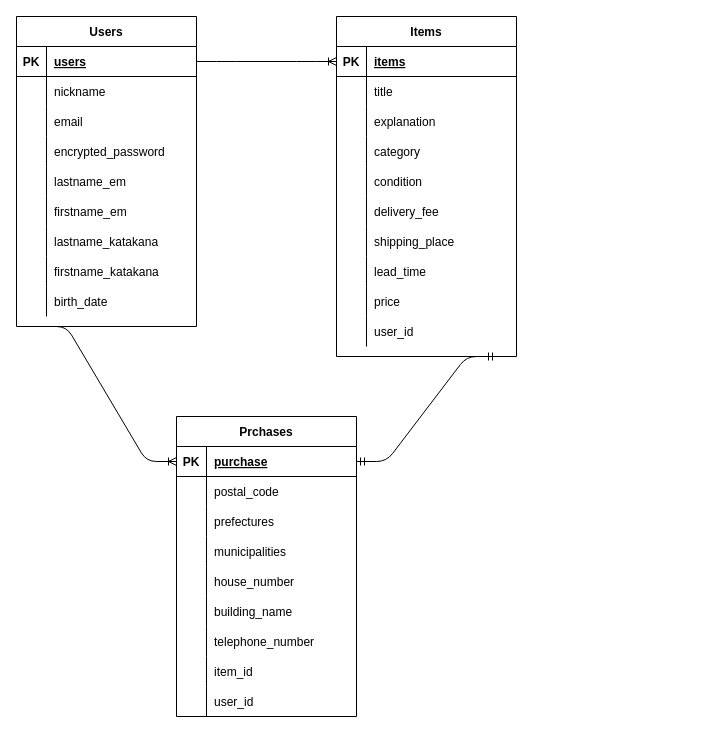
Earlier version of the draw.io diagram furima.dio (hirokichitana/furima-37142). Source tidied: cells renumbered, new cells numbered last; positions are measured from the earlier drawing's top-left corner, leaving out a move shared by most shapes. Both pictures are drawn from the tidied source at 100%, with x=0, y=0 at pixel (16, 16).
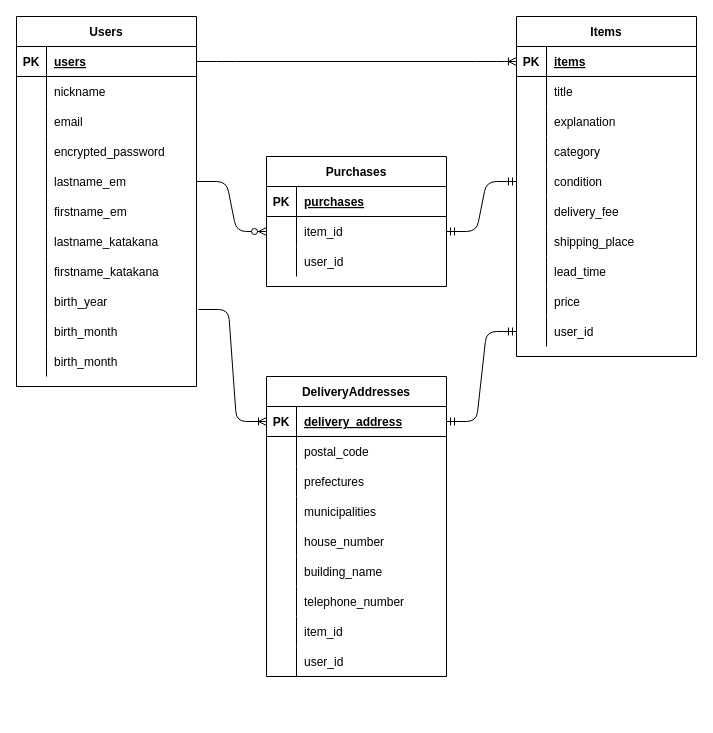
After the change.

Commit message (it also covers changes not shown here):
データベース設計、コメント点の修正

The change refers to these unchanged cells:
```xml
<mxCell id="15" style="shape=partialRectangle;fillColor=none;top=0;left=0;bottom=0;right=0;points=[[0,0.5],[1,0.5]];portConstraint=eastwest;rounded=0;" parent="2" vertex="1">
  <mxGeometry y="150" width="180" height="30" as="geometry" />
</mxCell>
<mxCell id="30" style="shape=partialRectangle;fillColor=none;top=0;left=0;bottom=0;right=0;points=[[0,0.5],[1,0.5]];portConstraint=eastwest;rounded=0;" parent="2" vertex="1">
  <mxGeometry y="300" width="180" height="30" as="geometry" />
</mxCell>
<mxCell id="46" style="shape=partialRectangle;fillColor=none;top=0;left=0;bottom=0;right=0;points=[[0,0.5],[1,0.5]];portConstraint=eastwest;" parent="33" vertex="1">
  <mxGeometry y="150" width="180" height="30" as="geometry" />
</mxCell>
<mxCell id="58" style="shape=partialRectangle;fillColor=none;top=0;left=0;bottom=0;right=0;points=[[0,0.5],[1,0.5]];portConstraint=eastwest;" parent="33" vertex="1">
  <mxGeometry y="270" width="180" height="30" as="geometry" />
</mxCell>
<mxCell id="63" style="shape=partialRectangle;fillColor=none;top=0;left=0;bottom=1;right=0;points=[[0,0.5],[1,0.5]];portConstraint=eastwest;rounded=0;" parent="62" vertex="1">
  <mxGeometry y="30" width="180" height="30" as="geometry" />
</mxCell>
```

Change to the diagram source:
```diff
@@
     <mxCell id="2" value="Items" style="shape=table;startSize=30;childLayout=tableLayout;rowLines=0;fontStyle=1;align=center;rounded=0;" parent="1" vertex="1">
-      <mxGeometry x="320" width="180" height="340" as="geometry" />
+      <mxGeometry x="500" width="180" height="340" as="geometry" />
     </mxCell>
@@
     <mxCell id="33" value="Users" style="shape=table;startSize=30;childLayout=tableLayout;rowLines=0;fontStyle=1;align=center;" parent="1" vertex="1">
-      <mxGeometry width="180" height="310" as="geometry" />
+      <mxGeometry width="180" height="370" as="geometry" />
     </mxCell>
@@
-    <mxCell id="60" value="birth_date" style="shape=partialRectangle;fillColor=none;top=0;left=0;bottom=0;right=0;align=left;spacingLeft=6;overflow=hidden;" parent="58" vertex="1">
+    <mxCell id="60" value="birth_year" style="shape=partialRectangle;fillColor=none;top=0;left=0;bottom=0;right=0;align=left;spacingLeft=6;overflow=hidden;" parent="58" vertex="1">
       <mxGeometry x="30" width="150" height="30" as="geometry" />
     </mxCell>
+    <mxCell id="92" style="shape=partialRectangle;fillColor=none;top=0;left=0;bottom=0;right=0;" parent="33" vertex="1">
+      <mxGeometry y="300" width="180" height="30" as="geometry" />
+    </mxCell>
+    <mxCell id="93" style="shape=partialRectangle;fillColor=none;top=0;left=0;bottom=0;right=0;overflow=hidden;" parent="92" vertex="1">
+      <mxGeometry width="30" height="30" as="geometry" />
+    </mxCell>
+    <mxCell id="94" value="birth_month" style="shape=partialRectangle;fillColor=none;top=0;left=0;bottom=0;right=0;align=left;spacingLeft=6;overflow=hidden;" parent="92" vertex="1">
+      <mxGeometry x="30" width="150" height="30" as="geometry" />
+    </mxCell>
+    <mxCell id="95" style="shape=partialRectangle;fillColor=none;top=0;left=0;bottom=0;right=0;" parent="33" vertex="1">
+      <mxGeometry y="330" width="180" height="30" as="geometry" />
+    </mxCell>
+    <mxCell id="96" style="shape=partialRectangle;fillColor=none;top=0;left=0;bottom=0;right=0;overflow=hidden;" parent="95" vertex="1">
+      <mxGeometry width="30" height="30" as="geometry" />
+    </mxCell>
+    <mxCell id="97" value="birth_month" style="shape=partialRectangle;fillColor=none;top=0;left=0;bottom=0;right=0;align=left;spacingLeft=6;overflow=hidden;" parent="95" vertex="1">
+      <mxGeometry x="30" width="150" height="30" as="geometry" />
+    </mxCell>
@@
-    <mxCell id="62" value="Prchases" style="shape=table;startSize=30;childLayout=tableLayout;rowLines=0;fontStyle=1;align=center;rounded=0;" parent="1" vertex="1">
-      <mxGeometry x="160" y="400" width="180" height="300" as="geometry" />
+    <mxCell id="62" value="DeliveryAddresses" style="shape=table;startSize=30;childLayout=tableLayout;rowLines=0;fontStyle=1;align=center;rounded=0;" parent="1" vertex="1">
+      <mxGeometry x="250" y="360" width="180" height="300" as="geometry" />
     </mxCell>
@@
-    <mxCell id="65" value="purchase" style="shape=partialRectangle;fillColor=none;top=0;left=0;bottom=0;right=0;align=left;spacingLeft=6;fontStyle=5;overflow=hidden;rounded=0;" parent="63" vertex="1">
+    <mxCell id="65" value="delivery_address" style="shape=partialRectangle;fillColor=none;top=0;left=0;bottom=0;right=0;align=left;spacingLeft=6;fontStyle=5;overflow=hidden;rounded=0;" parent="63" vertex="1">
       <mxGeometry x="30" width="150" height="30" as="geometry" />
     </mxCell>
@@
-    <mxCell id="90" style="edgeStyle=entityRelationEdgeStyle;fontSize=12;html=1;endArrow=ERmandOne;startArrow=ERmandOne;exitX=1;exitY=0.5;exitDx=0;exitDy=0;" parent="1" edge="1" source="63">
-      <mxGeometry relative="1" as="geometry">
-        <mxPoint x="480" y="340" as="targetPoint" />
-      </mxGeometry>
+    <mxCell id="90" style="edgeStyle=entityRelationEdgeStyle;fontSize=12;html=1;endArrow=ERmandOne;startArrow=ERmandOne;entryX=0;entryY=0.5;entryDx=0;entryDy=0;exitX=1;exitY=0.5;exitDx=0;exitDy=0;" parent="1" edge="1" source="63" target="30">
+      <mxGeometry relative="1" as="geometry" />
     </mxCell>
-    <mxCell id="91" style="edgeStyle=entityRelationEdgeStyle;fontSize=12;html=1;endArrow=ERoneToMany;entryX=0;entryY=0.5;entryDx=0;entryDy=0;" parent="1" edge="1" target="63">
-      <mxGeometry relative="1" as="geometry">
-        <mxPoint x="20" y="310" as="sourcePoint" />
-      </mxGeometry>
+    <mxCell id="91" style="edgeStyle=entityRelationEdgeStyle;fontSize=12;html=1;endArrow=ERoneToMany;exitX=1.011;exitY=0.767;exitDx=0;exitDy=0;exitPerimeter=0;entryX=0;entryY=0.5;entryDx=0;entryDy=0;" parent="1" edge="1" source="58" target="63">
+      <mxGeometry relative="1" as="geometry" />
     </mxCell>
+    <mxCell id="98" value="Purchases" style="shape=table;startSize=30;childLayout=tableLayout;rowLines=0;fontStyle=1;align=center;" parent="1" vertex="1">
+      <mxGeometry x="250" y="140" width="180" height="130" as="geometry" />
+    </mxCell>
+    <mxCell id="99" style="shape=partialRectangle;fillColor=none;top=0;left=0;bottom=1;right=0;" parent="98" vertex="1">
+      <mxGeometry y="30" width="180" height="30" as="geometry" />
+    </mxCell>
+    <mxCell id="100" value="PK" style="shape=partialRectangle;fillColor=none;top=0;left=0;bottom=0;right=0;fontStyle=1;overflow=hidden;" parent="99" vertex="1">
+      <mxGeometry width="30" height="30" as="geometry" />
+    </mxCell>
+    <mxCell id="101" value="purchases" style="shape=partialRectangle;fillColor=none;top=0;left=0;bottom=0;right=0;align=left;spacingLeft=6;fontStyle=5;overflow=hidden;" parent="99" vertex="1">
+      <mxGeometry x="30" width="150" height="30" as="geometry" />
+    </mxCell>
+    <mxCell id="102" style="shape=partialRectangle;fillColor=none;top=0;left=0;bottom=0;right=0;points=[[0,0.5],[1,0.5]];portConstraint=eastwest;" parent="98" vertex="1">
+      <mxGeometry y="60" width="180" height="30" as="geometry" />
+    </mxCell>
+    <mxCell id="103" style="shape=partialRectangle;fillColor=none;top=0;left=0;bottom=0;right=0;overflow=hidden;" parent="102" vertex="1">
+      <mxGeometry width="30" height="30" as="geometry" />
+    </mxCell>
+    <mxCell id="104" value="item_id" style="shape=partialRectangle;fillColor=none;top=0;left=0;bottom=0;right=0;align=left;spacingLeft=6;overflow=hidden;" parent="102" vertex="1">
+      <mxGeometry x="30" width="150" height="30" as="geometry" />
+    </mxCell>
+    <mxCell id="105" style="shape=partialRectangle;fillColor=none;top=0;left=0;bottom=0;right=0;" parent="98" vertex="1">
+      <mxGeometry y="90" width="180" height="30" as="geometry" />
+    </mxCell>
+    <mxCell id="106" style="shape=partialRectangle;fillColor=none;top=0;left=0;bottom=0;right=0;overflow=hidden;" parent="105" vertex="1">
+      <mxGeometry width="30" height="30" as="geometry" />
+    </mxCell>
+    <mxCell id="107" value="user_id" style="shape=partialRectangle;fillColor=none;top=0;left=0;bottom=0;right=0;align=left;spacingLeft=6;overflow=hidden;" parent="105" vertex="1">
+      <mxGeometry x="30" width="150" height="30" as="geometry" />
+    </mxCell>
+    <mxCell id="108" style="edgeStyle=entityRelationEdgeStyle;fontSize=12;html=1;endArrow=ERzeroToMany;endFill=1;exitX=1;exitY=0.5;exitDx=0;exitDy=0;entryX=0;entryY=0.5;entryDx=0;entryDy=0;" parent="1" edge="1" source="46" target="102">
+      <mxGeometry relative="1" as="geometry" />
+    </mxCell>
+    <mxCell id="109" style="edgeStyle=entityRelationEdgeStyle;fontSize=12;html=1;endArrow=ERmandOne;startArrow=ERmandOne;exitX=1;exitY=0.5;exitDx=0;exitDy=0;entryX=0;entryY=0.5;entryDx=0;entryDy=0;" parent="1" edge="1" source="102" target="15">
+      <mxGeometry relative="1" as="geometry" />
+    </mxCell>
```
